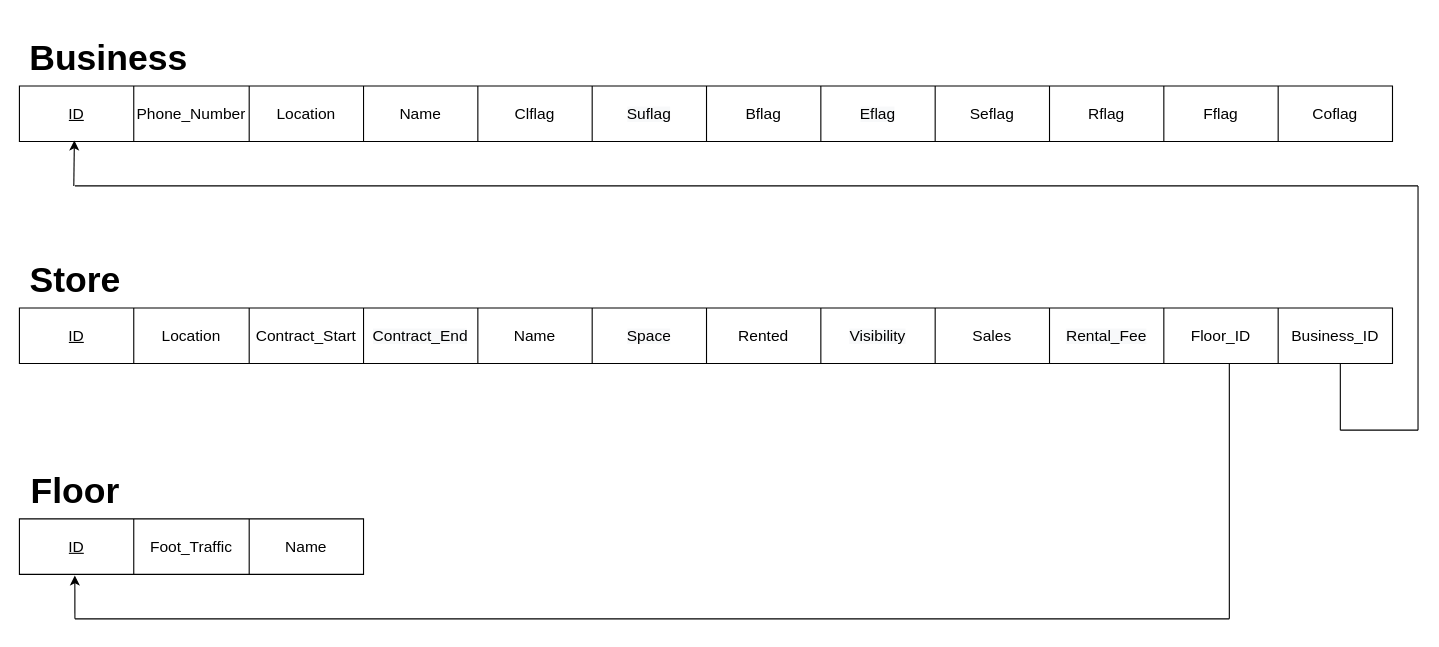
This is Relational_Mapping.drawio from Hiexy/DB_Project, a draw.io file, before an edit. Source tidied: cells renumbered, new cells numbered last; positions are measured from the earlier drawing's top-left corner, leaving out a move shared by most shapes. Both pictures are drawn from the tidied source at 111%, with x=0, y=0 at pixel (19, 30).
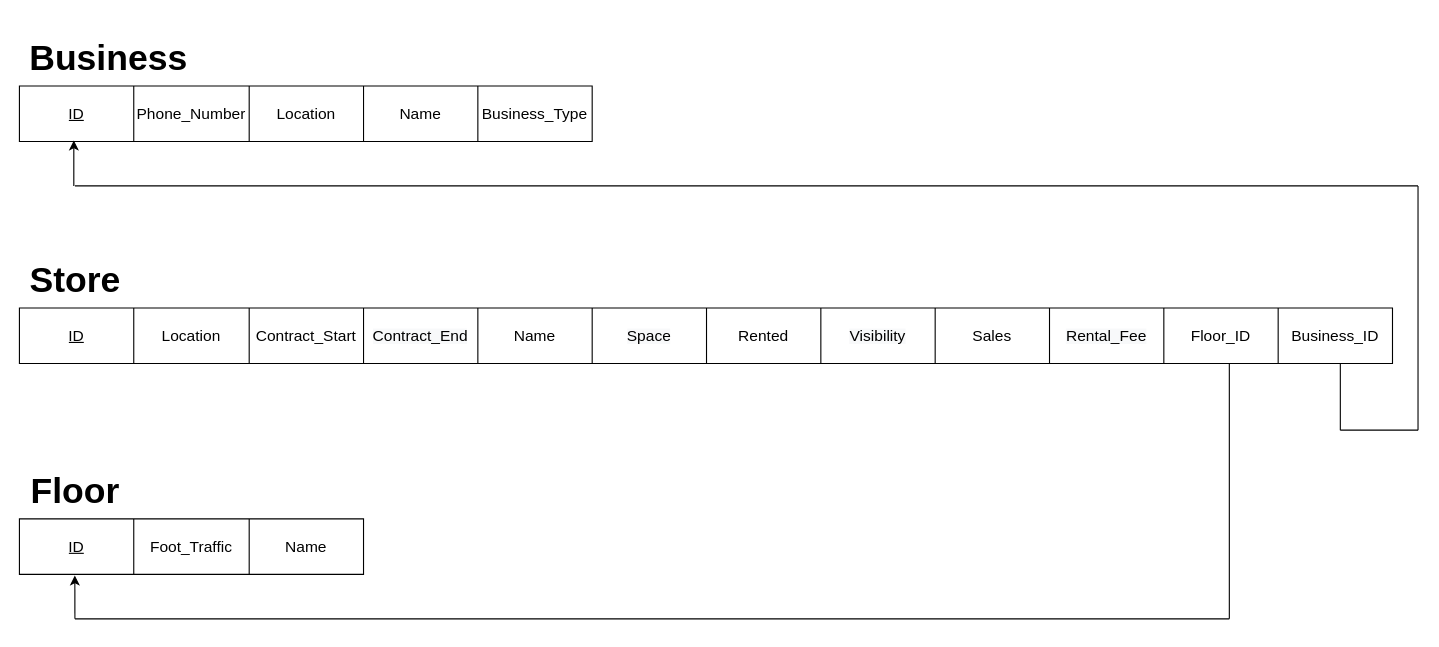
Above is the later version.

Commit message (it also covers changes not shown here):
Fix ER/Relational Diagram

Change to the diagram source:
```diff
@@
     <mxCell id="24" style="shape=table;html=1;whiteSpace=wrap;startSize=0;childLayout=tableLayout;" parent="1" vertex="1">
-      <mxGeometry y="50" width="1237" height="50" as="geometry" />
+      <mxGeometry y="50" width="516" height="50" as="geometry" />
     </mxCell>
     <mxCell id="25" style="shape=partialRectangle;html=1;whiteSpace=wrap;fillColor=none;top=0;left=0;bottom=0;right=0;points=[[0,0.5],[1,0.5]];portConstraint=eastwest;" parent="24" vertex="1">
-      <mxGeometry width="1237" height="50" as="geometry" />
+      <mxGeometry width="516" height="50" as="geometry" />
     </mxCell>
@@
-    <mxCell id="30" value="&lt;span&gt;&lt;font style=&quot;font-size: 14px&quot;&gt;Clflag&lt;/font&gt;&lt;/span&gt;" style="shape=partialRectangle;html=1;whiteSpace=wrap;fillColor=none;top=0;left=0;bottom=0;right=0;overflow=hidden;" parent="25" vertex="1">
+    <mxCell id="30" value="&lt;font style=&quot;font-size: 14px&quot;&gt;Business_Type&lt;/font&gt;" style="shape=partialRectangle;html=1;whiteSpace=wrap;fillColor=none;top=0;left=0;bottom=0;right=0;overflow=hidden;" parent="25" vertex="1">
       <mxGeometry x="413" width="103" height="50" as="geometry" />
     </mxCell>
-    <mxCell id="31" value="&lt;span style=&quot;color: rgb(0 , 0 , 0) ; font-family: &amp;#34;helvetica&amp;#34; ; font-style: normal ; font-weight: 400 ; letter-spacing: normal ; text-align: center ; text-indent: 0px ; text-transform: none ; word-spacing: 0px ; background-color: rgb(248 , 249 , 250) ; display: inline ; float: none&quot;&gt;&lt;font style=&quot;font-size: 14px&quot;&gt;Suflag&lt;/font&gt;&lt;/span&gt;" style="shape=partialRectangle;html=1;whiteSpace=wrap;fillColor=none;top=0;left=0;bottom=0;right=0;overflow=hidden;" parent="25" vertex="1">
-      <mxGeometry x="516" width="103" height="50" as="geometry" />
-    </mxCell>
-    <mxCell id="32" value="&lt;font style=&quot;font-size: 14px&quot;&gt;Bflag&lt;/font&gt;" style="shape=partialRectangle;html=1;whiteSpace=wrap;fillColor=none;top=0;left=0;bottom=0;right=0;overflow=hidden;" parent="25" vertex="1">
-      <mxGeometry x="619" width="103" height="50" as="geometry" />
-    </mxCell>
-    <mxCell id="33" value="&lt;span style=&quot;color: rgb(0 , 0 , 0) ; font-family: &amp;#34;helvetica&amp;#34; ; font-style: normal ; font-weight: 400 ; letter-spacing: normal ; text-align: center ; text-indent: 0px ; text-transform: none ; word-spacing: 0px ; background-color: rgb(248 , 249 , 250) ; display: inline ; float: none&quot;&gt;&lt;font style=&quot;font-size: 14px&quot;&gt;Eflag&lt;/font&gt;&lt;/span&gt;" style="shape=partialRectangle;html=1;whiteSpace=wrap;fillColor=none;top=0;left=0;bottom=0;right=0;overflow=hidden;" parent="25" vertex="1">
-      <mxGeometry x="722" width="103" height="50" as="geometry" />
-    </mxCell>
-    <mxCell id="34" value="&lt;font style=&quot;font-size: 14px&quot;&gt;Seflag&lt;/font&gt;" style="shape=partialRectangle;html=1;whiteSpace=wrap;fillColor=none;top=0;left=0;bottom=0;right=0;overflow=hidden;" parent="25" vertex="1">
-      <mxGeometry x="825" width="103" height="50" as="geometry" />
-    </mxCell>
-    <mxCell id="35" value="&lt;font style=&quot;font-size: 14px&quot;&gt;Rflag&lt;/font&gt;" style="shape=partialRectangle;html=1;whiteSpace=wrap;fillColor=none;top=0;left=0;bottom=0;right=0;overflow=hidden;" parent="25" vertex="1">
-      <mxGeometry x="928" width="103" height="50" as="geometry" />
-    </mxCell>
-    <mxCell id="36" value="&lt;font style=&quot;font-size: 14px&quot;&gt;Fflag&lt;/font&gt;" style="shape=partialRectangle;html=1;whiteSpace=wrap;fillColor=none;top=0;left=0;bottom=0;right=0;overflow=hidden;" parent="25" vertex="1">
-      <mxGeometry x="1031" width="103" height="50" as="geometry" />
-    </mxCell>
-    <mxCell id="37" value="&lt;font style=&quot;font-size: 14px&quot;&gt;Coflag&lt;/font&gt;" style="shape=partialRectangle;html=1;whiteSpace=wrap;fillColor=none;top=0;left=0;bottom=0;right=0;overflow=hidden;" parent="25" vertex="1">
-      <mxGeometry x="1134" width="103" height="50" as="geometry" />
-    </mxCell>
@@
-    <mxCell id="42" style="endArrow=classic;html=1;entryX=0.04;entryY=0.981;entryDx=0;entryDy=0;entryPerimeter=0;" parent="1" edge="1" target="25">
+    <mxCell id="42" style="endArrow=classic;html=1;entryX=0.095;entryY=0.981;entryDx=0;entryDy=0;entryPerimeter=0;" parent="1" edge="1" target="25">
       <mxGeometry relative="1" as="geometry">
         <mxPoint x="49" y="140" as="sourcePoint" />
       </mxGeometry>
     </mxCell>
```
